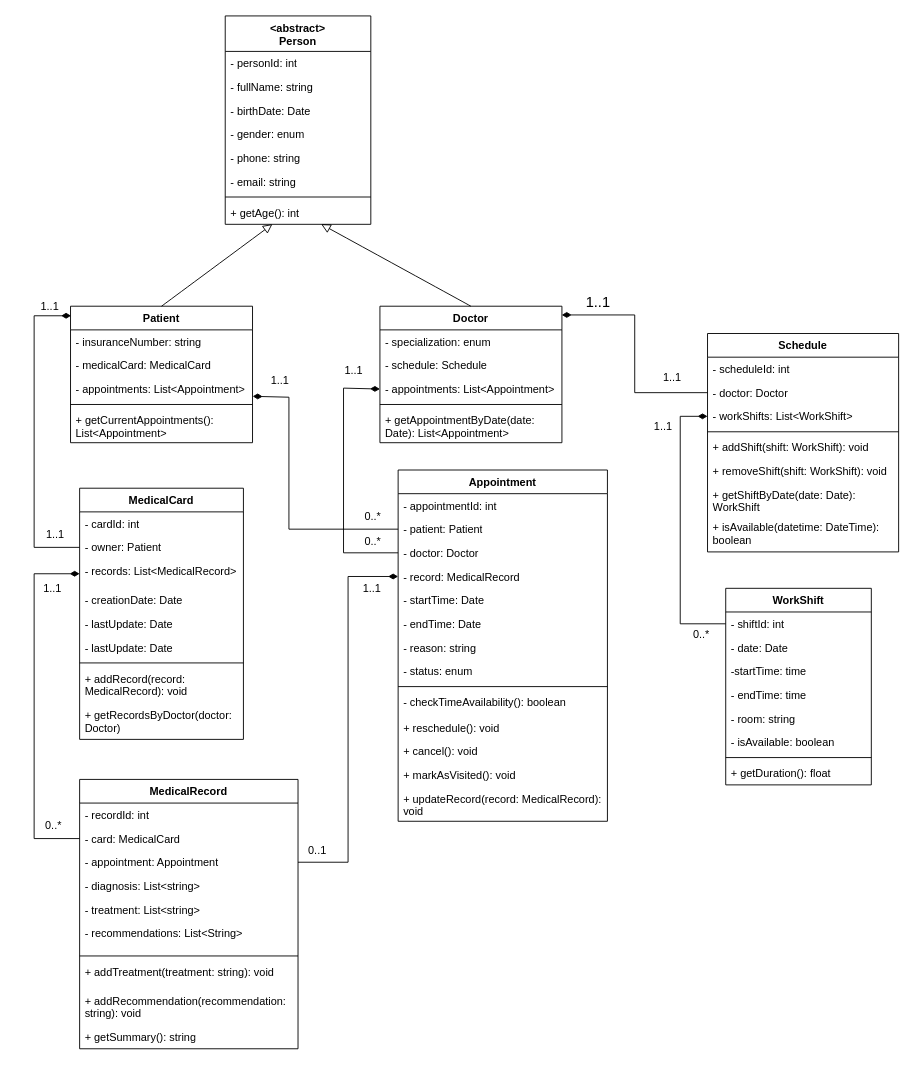
Earlier version of the draw.io diagram task-2.3/task-2.3.patient.drawio (markothh/senla-task). Source tidied: cells renumbered, new cells numbered last; positions are measured from the earlier drawing's top-left corner, leaving out a move shared by most shapes. Both pictures are drawn from the tidied source at 91%, with x=0, y=0 at pixel (15, 15).
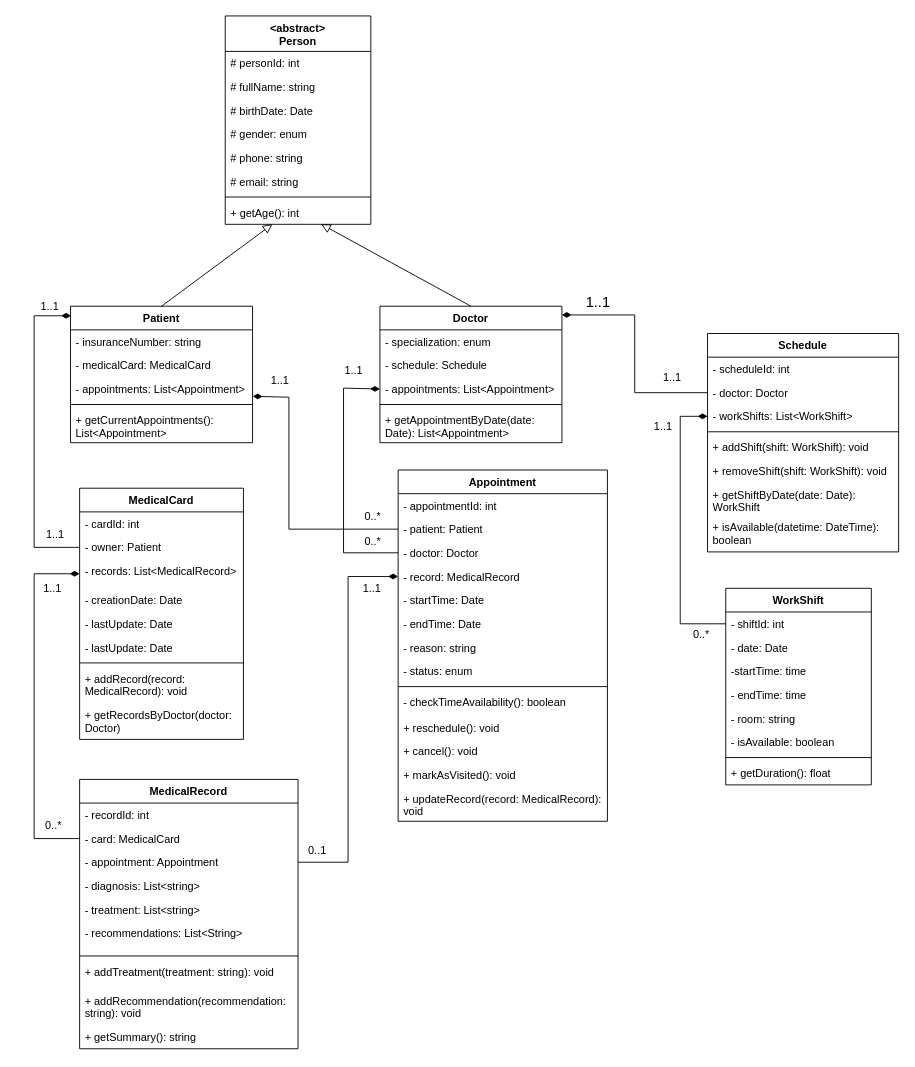
The same page after the edit.

The change refers to these unchanged cells:
```xml
<mxCell id="2" value="&amp;lt;abstract&amp;gt;&lt;div&gt;Person&lt;/div&gt;" style="swimlane;fontStyle=1;align=center;verticalAlign=top;horizontal=1;startSize=39;whiteSpace=wrap;html=1;" parent="1" vertex="1">
  <mxGeometry x="230" width="160" height="229" as="geometry" />
</mxCell>
```

The edit, as a diff of the source:
```diff
@@
-    <mxCell id="3" value="- personId: int" style="text;strokeColor=none;fillColor=none;align=left;verticalAlign=top;spacingLeft=4;spacingRight=4;overflow=hidden;whiteSpace=wrap;html=1;" parent="2" vertex="1">
+    <mxCell id="3" value="# personId: int" style="text;strokeColor=none;fillColor=none;align=left;verticalAlign=top;spacingLeft=4;spacingRight=4;overflow=hidden;whiteSpace=wrap;html=1;" parent="2" vertex="1">
       <mxGeometry y="39" width="160" height="26" as="geometry" />
     </mxCell>
-    <mxCell id="4" value="- fullName: string" style="text;strokeColor=none;fillColor=none;align=left;verticalAlign=top;spacingLeft=4;spacingRight=4;overflow=hidden;whiteSpace=wrap;html=1;" parent="2" vertex="1">
+    <mxCell id="4" value="# fullName: string" style="text;strokeColor=none;fillColor=none;align=left;verticalAlign=top;spacingLeft=4;spacingRight=4;overflow=hidden;whiteSpace=wrap;html=1;" parent="2" vertex="1">
       <mxGeometry y="65" width="160" height="26" as="geometry" />
     </mxCell>
-    <mxCell id="5" value="- birthDate: Date" style="text;strokeColor=none;fillColor=none;align=left;verticalAlign=top;spacingLeft=4;spacingRight=4;overflow=hidden;whiteSpace=wrap;html=1;" parent="2" vertex="1">
+    <mxCell id="5" value="# birthDate: Date" style="text;strokeColor=none;fillColor=none;align=left;verticalAlign=top;spacingLeft=4;spacingRight=4;overflow=hidden;whiteSpace=wrap;html=1;" parent="2" vertex="1">
       <mxGeometry y="91" width="160" height="26" as="geometry" />
     </mxCell>
-    <mxCell id="6" value="- gender: enum" style="text;strokeColor=none;fillColor=none;align=left;verticalAlign=top;spacingLeft=4;spacingRight=4;overflow=hidden;whiteSpace=wrap;html=1;" parent="2" vertex="1">
+    <mxCell id="6" value="# gender: enum" style="text;strokeColor=none;fillColor=none;align=left;verticalAlign=top;spacingLeft=4;spacingRight=4;overflow=hidden;whiteSpace=wrap;html=1;" parent="2" vertex="1">
       <mxGeometry y="117" width="160" height="26" as="geometry" />
     </mxCell>
-    <mxCell id="7" value="- phone: string" style="text;strokeColor=none;fillColor=none;align=left;verticalAlign=top;spacingLeft=4;spacingRight=4;overflow=hidden;whiteSpace=wrap;html=1;" parent="2" vertex="1">
+    <mxCell id="7" value="# phone: string" style="text;strokeColor=none;fillColor=none;align=left;verticalAlign=top;spacingLeft=4;spacingRight=4;overflow=hidden;whiteSpace=wrap;html=1;" parent="2" vertex="1">
       <mxGeometry y="143" width="160" height="26" as="geometry" />
     </mxCell>
-    <mxCell id="8" value="- email: string" style="text;strokeColor=none;fillColor=none;align=left;verticalAlign=top;spacingLeft=4;spacingRight=4;overflow=hidden;whiteSpace=wrap;html=1;" parent="2" vertex="1">
+    <mxCell id="8" value="# email: string" style="text;strokeColor=none;fillColor=none;align=left;verticalAlign=top;spacingLeft=4;spacingRight=4;overflow=hidden;whiteSpace=wrap;html=1;" parent="2" vertex="1">
       <mxGeometry y="169" width="160" height="26" as="geometry" />
     </mxCell>
```
